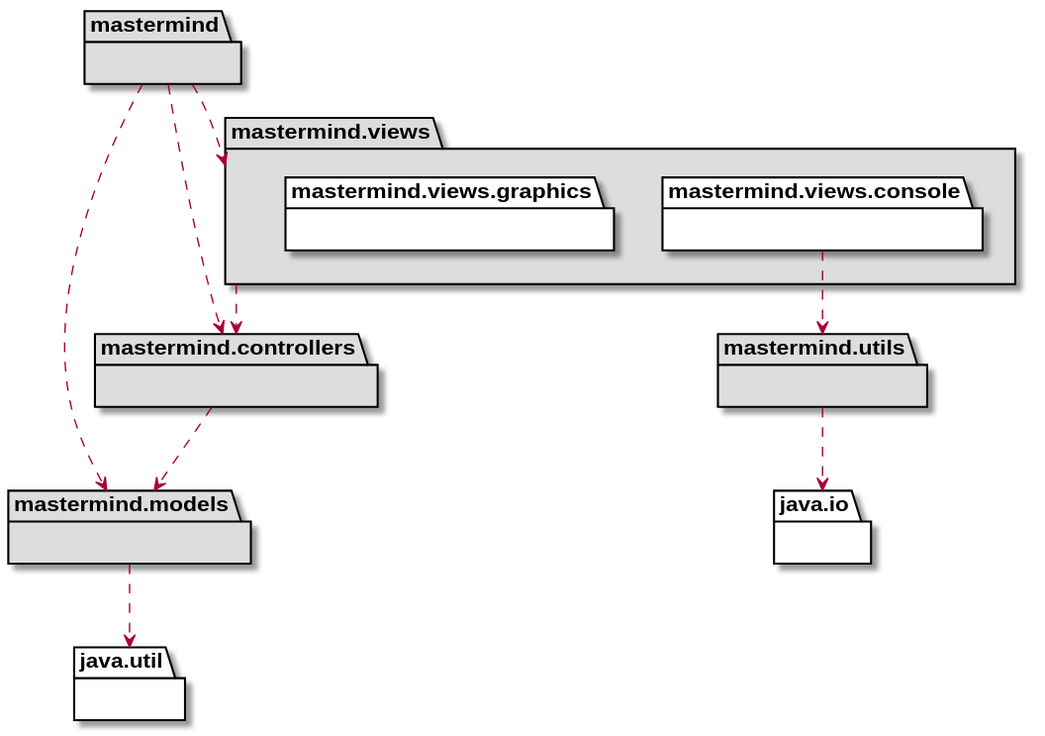
Above: docs/build/docs/asciidoc/images/version2Arquitectura.svg in amartinm82/mastermind (PlantUML), before the change.
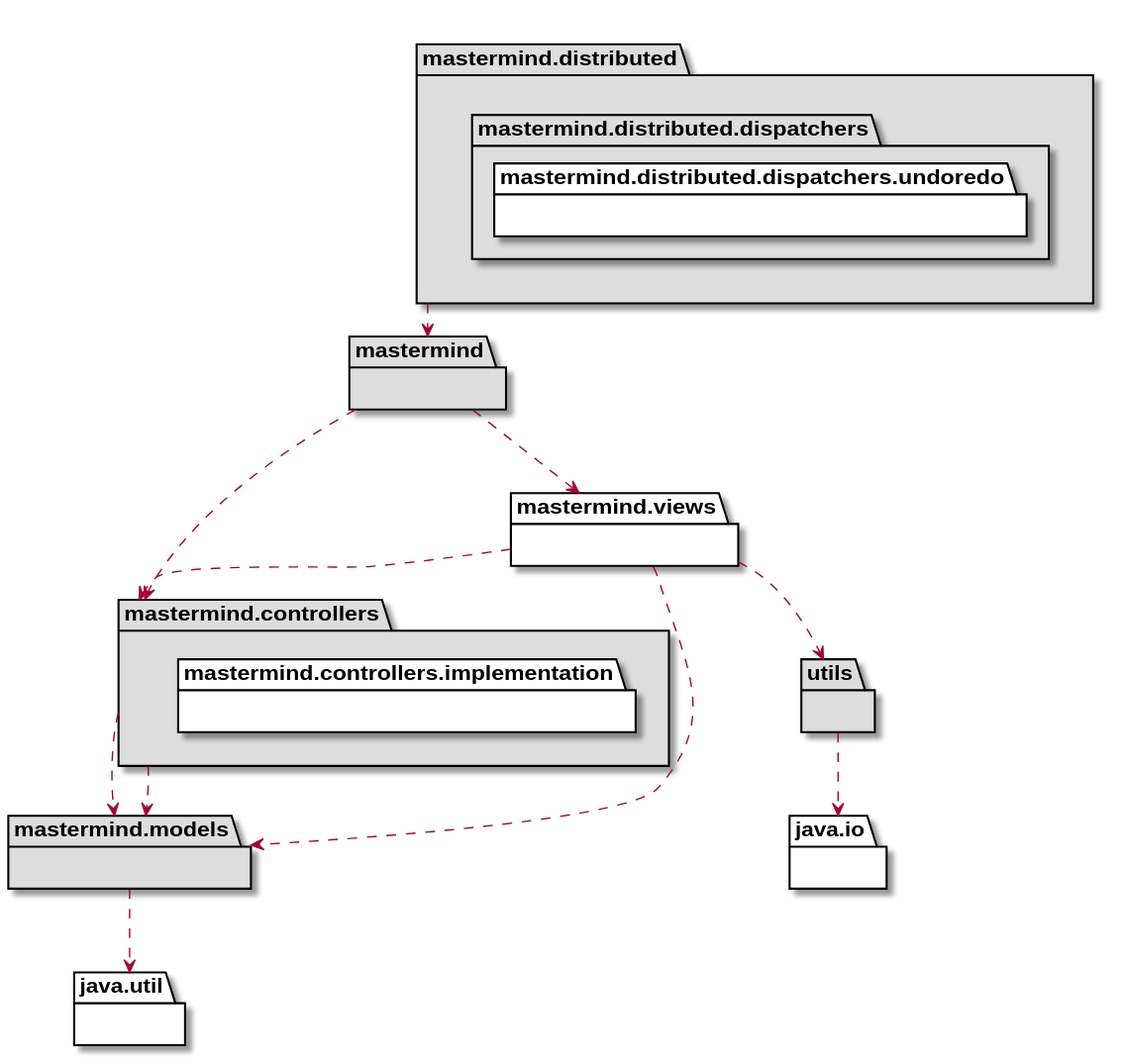
After the change.

Change to the diagram source:
```diff
@@ -2,25 +2,32 @@
 
 package mastermind #DDDDDD { }
 mastermind .down.> mastermind.controllers
-mastermind .down.> mastermind.models
+mastermind.distributed .down.> mastermind
+mastermind.controllers .down.> mastermind.models
+mastermind.views .down.> mastermind.models
+mastermind.views .down.> utils
 mastermind .down.> mastermind.views
 
-package mastermind.controllers #DDDDDD { }
+package mastermind.controllers #DDDDDD {
+    package mastermind.controllers.implementation {}
+}
 mastermind.controllers .down.> mastermind.models
+
+package mastermind.distributed #DDDDDD {
+    package mastermind.distributed.dispatchers {
+        package mastermind.distributed.dispatchers.undoredo{}
+    }
+}
 
 package mastermind.models #DDDDDD { }
 package java.util{ }
 mastermind.models .down.> java.util
 
-package mastermind.utils #DDDDDD { }
+package utils #DDDDDD { }
 package java.io{ }
-mastermind.utils .down.> java.io
+utils .down.> java.io
 
-package mastermind.views #DDDDDD {
-    package mastermind.views.console {}
-    package mastermind.views.graphics {}
-}
+package mastermind.views{}
 mastermind.views .down.> mastermind.controllers
-mastermind.views.console .down.> mastermind.utils
 
 @enduml
```
